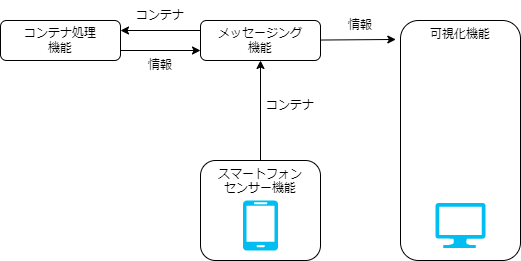
Earlier version of the draw.io export docs/testlab_system/environment/overview.drawio.png (data-container-for-wearable-sensor/StartGuide). Source tidied: cells renumbered, new cells last; positions are measured from the earlier drawing's top-left corner, leaving out a move shared by most shapes.
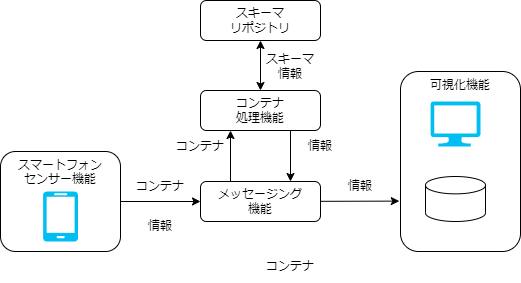
Above is the later version.

Change to the diagram source:
```diff
@@ -2,23 +2,23 @@
   <root>
     <mxCell id="0" />
     <mxCell id="1" parent="0" />
-    <mxCell id="2" style="edgeStyle=none;html=1;exitX=0.5;exitY=0;exitDx=0;exitDy=0;" parent="1" edge="1" source="3" target="5">
+    <mxCell id="2" style="edgeStyle=none;html=1;exitX=1;exitY=0.5;exitDx=0;exitDy=0;" parent="1" edge="1" source="3" target="5">
       <mxGeometry relative="1" as="geometry" />
     </mxCell>
     <mxCell id="3" value="&lt;span style=&quot;border-color: var(--border-color);&quot;&gt;スマートフォン&lt;/span&gt;&lt;br style=&quot;border-color: var(--border-color);&quot;&gt;&lt;span style=&quot;border-color: var(--border-color);&quot;&gt;センサー機能&lt;/span&gt;" style="rounded=1;whiteSpace=wrap;html=1;fillColor=none;verticalAlign=top;" parent="1" vertex="1">
-      <mxGeometry x="200" y="160" width="120" height="100" as="geometry" />
+      <mxGeometry y="-10" width="120" height="100" as="geometry" />
     </mxCell>
-    <mxCell id="4" style="edgeStyle=none;html=1;entryX=-0.039;entryY=0.079;entryDx=0;entryDy=0;entryPerimeter=0;" parent="1" edge="1" source="5" target="7">
+    <mxCell id="4" style="edgeStyle=none;html=1;entryX=-0.01;entryY=0.72;entryDx=0;entryDy=0;entryPerimeter=0;" parent="1" edge="1" source="5" target="7">
       <mxGeometry relative="1" as="geometry" />
     </mxCell>
     <mxCell id="5" value="メッセージング&lt;br&gt;機能" style="rounded=1;whiteSpace=wrap;html=1;fillColor=none;" parent="1" vertex="1">
       <mxGeometry x="200" y="20" width="120" height="40" as="geometry" />
     </mxCell>
-    <mxCell id="6" value="コンテナ処理&lt;br&gt;機能" style="rounded=1;whiteSpace=wrap;html=1;fillColor=none;" parent="1" vertex="1">
-      <mxGeometry y="20" width="120" height="40" as="geometry" />
+    <mxCell id="6" value="コンテナ&lt;br&gt;処理機能" style="rounded=1;whiteSpace=wrap;html=1;fillColor=none;" parent="1" vertex="1">
+      <mxGeometry x="200" y="-71" width="120" height="40" as="geometry" />
     </mxCell>
     <mxCell id="7" value="可視化機能" style="rounded=1;whiteSpace=wrap;html=1;fillColor=none;align=center;verticalAlign=top;" parent="1" vertex="1">
-      <mxGeometry x="400" y="20" width="120" height="240" as="geometry" />
+      <mxGeometry x="400" y="-90" width="120" height="180" as="geometry" />
     </mxCell>
     <mxCell id="8" value="コンテナ" style="text;html=1;strokeColor=none;fillColor=none;align=center;verticalAlign=middle;whiteSpace=wrap;rounded=0;" parent="1" vertex="1">
       <mxGeometry x="260" y="90" width="60" height="30" as="geometry" />
@@ -27,22 +27,40 @@
       <mxGeometry x="330" y="10" width="60" height="30" as="geometry" />
     </mxCell>
     <mxCell id="10" value="コンテナ" style="text;html=1;strokeColor=none;fillColor=none;align=center;verticalAlign=middle;whiteSpace=wrap;rounded=0;" parent="1" vertex="1">
-      <mxGeometry x="130" width="60" height="30" as="geometry" />
+      <mxGeometry x="130" y="10" width="60" height="30" as="geometry" />
     </mxCell>
-    <mxCell id="11" style="endArrow=classic;html=1;exitX=0;exitY=0.25;exitDx=0;exitDy=0;entryX=1;entryY=0.25;entryDx=0;entryDy=0;" parent="1" edge="1" source="5" target="6">
+    <mxCell id="11" style="endArrow=classic;html=1;exitX=0.25;exitY=0;exitDx=0;exitDy=0;entryX=0.25;entryY=1;entryDx=0;entryDy=0;" parent="1" edge="1" source="5" target="6">
       <mxGeometry relative="1" as="geometry" />
     </mxCell>
-    <mxCell id="12" style="endArrow=classic;html=1;exitX=1;exitY=0.75;exitDx=0;exitDy=0;entryX=0;entryY=0.75;entryDx=0;entryDy=0;" parent="1" edge="1" source="6" target="5">
+    <mxCell id="12" style="endArrow=classic;html=1;exitX=0.75;exitY=1;exitDx=0;exitDy=0;entryX=0.75;entryY=0;entryDx=0;entryDy=0;" parent="1" edge="1" source="6" target="5">
       <mxGeometry relative="1" as="geometry" />
     </mxCell>
     <mxCell id="13" value="情報" style="text;html=1;strokeColor=none;fillColor=none;align=center;verticalAlign=middle;whiteSpace=wrap;rounded=0;" parent="1" vertex="1">
       <mxGeometry x="130" y="50" width="60" height="30" as="geometry" />
     </mxCell>
     <mxCell id="14" style="verticalLabelPosition=bottom;html=1;verticalAlign=top;align=center;strokeColor=none;fillColor=#00BEF2;shape=mxgraph.azure.mobile;" parent="1" vertex="1">
-      <mxGeometry x="242.5" y="200" width="35" height="50" as="geometry" />
+      <mxGeometry x="42.5" y="30" width="35" height="50" as="geometry" />
     </mxCell>
     <mxCell id="15" style="verticalLabelPosition=bottom;html=1;verticalAlign=top;align=center;strokeColor=none;fillColor=#00BEF2;shape=mxgraph.azure.computer;" parent="1" vertex="1">
-      <mxGeometry x="435" y="202.5" width="50" height="45" as="geometry" />
+      <mxGeometry x="430" y="-60" width="50" height="45" as="geometry" />
     </mxCell>
+    <mxCell id="16" value="スキーマ&lt;br&gt;リポジトリ" style="rounded=1;whiteSpace=wrap;html=1;fillColor=none;" parent="1" vertex="1">
+      <mxGeometry x="200" y="-161" width="120" height="40" as="geometry" />
+    </mxCell>
+    <mxCell id="17" style="shape=cylinder3;whiteSpace=wrap;html=1;boundedLbl=1;backgroundOutline=1;size=8.676963806152344;" parent="1" vertex="1">
+      <mxGeometry x="425" y="15" width="60" height="45" as="geometry" />
+    </mxCell>
+    <mxCell id="18" value="コンテナ" style="text;html=1;strokeColor=none;fillColor=none;align=center;verticalAlign=middle;whiteSpace=wrap;rounded=0;" parent="1" vertex="1">
+      <mxGeometry x="170" y="-30" width="60" height="30" as="geometry" />
+    </mxCell>
+    <mxCell id="19" value="情報" style="text;html=1;strokeColor=none;fillColor=none;align=center;verticalAlign=middle;whiteSpace=wrap;rounded=0;" parent="1" vertex="1">
+      <mxGeometry x="290" y="-30" width="60" height="30" as="geometry" />
+    </mxCell>
+    <mxCell id="20" value="スキーマ情報" style="text;html=1;strokeColor=none;fillColor=none;align=center;verticalAlign=middle;whiteSpace=wrap;rounded=0;" parent="1" vertex="1">
+      <mxGeometry x="260" y="-110" width="60" height="30" as="geometry" />
+    </mxCell>
+    <mxCell id="21" style="endArrow=classic;startArrow=classic;html=1;entryX=0.5;entryY=1;entryDx=0;entryDy=0;exitX=0.5;exitY=0;exitDx=0;exitDy=0;" parent="1" edge="1" source="6" target="16">
+      <mxGeometry relative="1" as="geometry" />
+    </mxCell>
   </root>
 </mxGraphModel>
```
